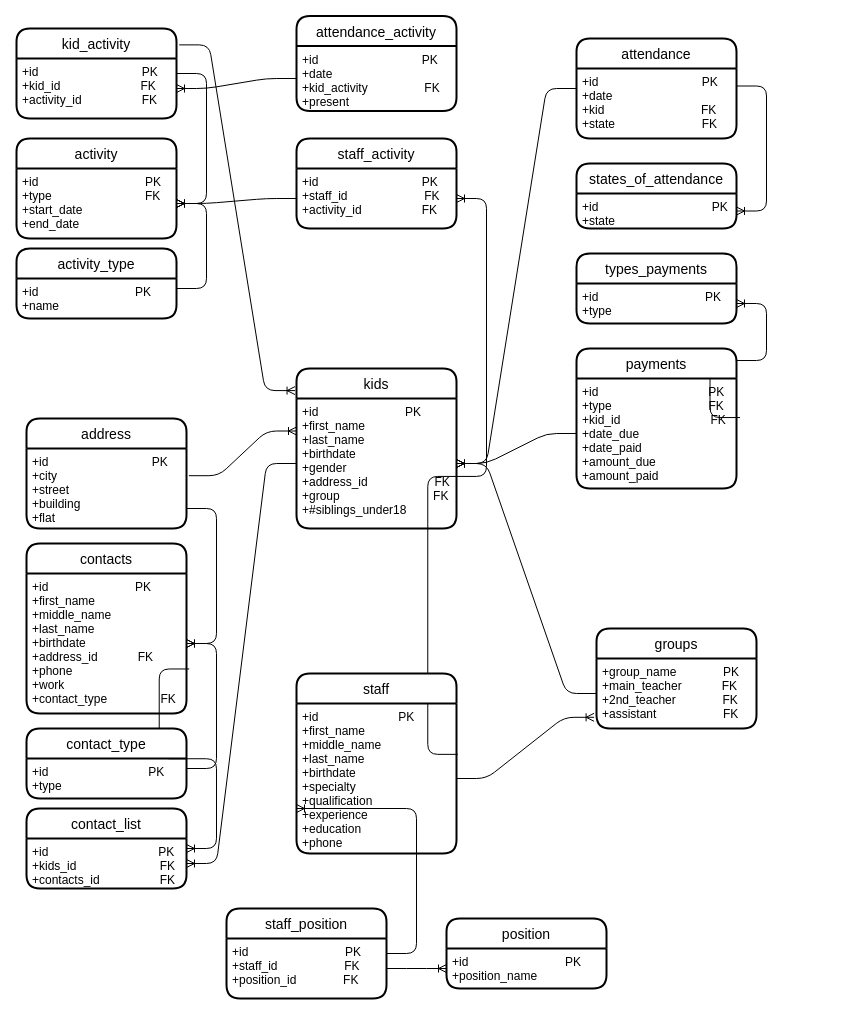
Above: Kindergarten.drawio in Emma664/World-population (draw.io), before the change. Source tidied: cells renumbered, new cells numbered last; positions are measured from the earlier drawing's top-left corner, leaving out a move shared by most shapes. Both pictures are drawn from the tidied source at 100%, with x=0, y=0 at pixel (16, 16).
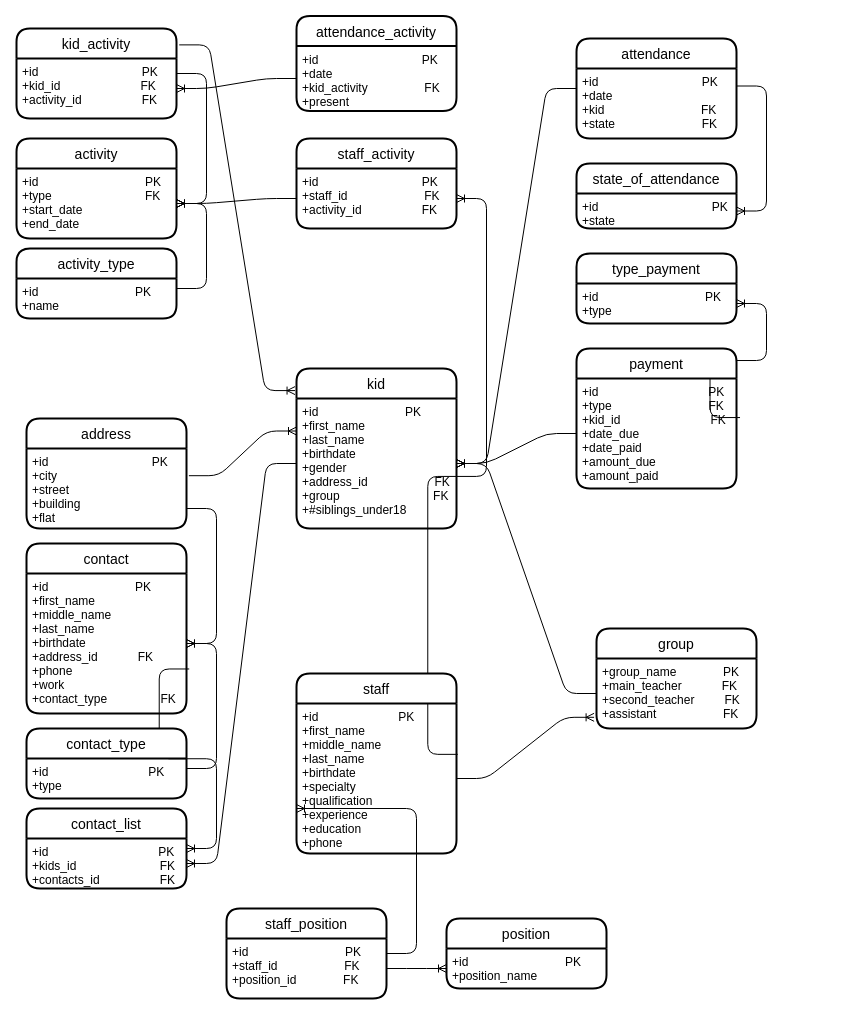
After the change.

Diff of the diagram source:
```diff
@@
-    <mxCell id="27" value="contacts" style="swimlane;horizontal=1;startSize=30;rounded=1;fontSize=14;fontStyle=0;strokeWidth=2;shadow=0;dashed=0;align=center;" parent="1" vertex="1">
+    <mxCell id="27" value="contact" style="swimlane;horizontal=1;startSize=30;rounded=1;fontSize=14;fontStyle=0;strokeWidth=2;shadow=0;dashed=0;align=center;" parent="1" vertex="1">
       <mxGeometry x="10" y="527" width="160" height="170" as="geometry" />
     </mxCell>
@@
-    <mxCell id="36" value="states_of_attendance" style="swimlane;horizontal=1;startSize=30;rounded=1;fontSize=14;fontStyle=0;strokeWidth=2;shadow=0;dashed=0;align=center;" parent="1" vertex="1">
+    <mxCell id="36" value="state_of_attendance" style="swimlane;horizontal=1;startSize=30;rounded=1;fontSize=14;fontStyle=0;strokeWidth=2;shadow=0;dashed=0;align=center;" parent="1" vertex="1">
       <mxGeometry x="560" y="147" width="160" height="65" as="geometry" />
     </mxCell>
@@
-    <mxCell id="38" value="types_payments" style="swimlane;horizontal=1;startSize=30;rounded=1;fontSize=14;fontStyle=0;strokeWidth=2;shadow=0;dashed=0;align=center;" parent="1" vertex="1">
+    <mxCell id="38" value="type_payment" style="swimlane;horizontal=1;startSize=30;rounded=1;fontSize=14;fontStyle=0;strokeWidth=2;shadow=0;dashed=0;align=center;" parent="1" vertex="1">
       <mxGeometry x="560" y="237" width="160" height="70" as="geometry" />
     </mxCell>
@@
-    <mxCell id="40" value="payments" style="swimlane;horizontal=1;startSize=30;rounded=1;fontSize=14;fontStyle=0;strokeWidth=2;shadow=0;dashed=0;align=center;" parent="1" vertex="1">
+    <mxCell id="40" value="payment" style="swimlane;horizontal=1;startSize=30;rounded=1;fontSize=14;fontStyle=0;strokeWidth=2;shadow=0;dashed=0;align=center;" parent="1" vertex="1">
       <mxGeometry x="560" y="332" width="160" height="140" as="geometry" />
     </mxCell>
@@
-    <mxCell id="47" value="groups" style="swimlane;horizontal=1;startSize=30;rounded=1;fontSize=14;fontStyle=0;strokeWidth=2;shadow=0;dashed=0;align=center;" parent="1" vertex="1">
+    <mxCell id="47" value="group" style="swimlane;horizontal=1;startSize=30;rounded=1;fontSize=14;fontStyle=0;strokeWidth=2;shadow=0;dashed=0;align=center;" parent="1" vertex="1">
       <mxGeometry x="580" y="612" width="160" height="100" as="geometry" />
     </mxCell>
-    <mxCell id="48" value="+group_name              PK                               &#10;+main_teacher            FK&#10;+2nd_teacher              FK&#10;+assistant                    FK" style="align=left;strokeColor=none;fillColor=none;spacingLeft=4;fontSize=12;verticalAlign=top;" parent="47" vertex="1">
+    <mxCell id="48" value="+group_name              PK                               &#10;+main_teacher            FK&#10;+second_teacher         FK&#10;+assistant                    FK" style="align=left;strokeColor=none;fillColor=none;spacingLeft=4;fontSize=12;verticalAlign=top;" parent="47" vertex="1">
       <mxGeometry y="30" width="160" height="70" as="geometry" />
     </mxCell>
@@
-    <mxCell id="53" value="kids" style="swimlane;horizontal=1;startSize=30;rounded=1;fontSize=14;fontStyle=0;strokeWidth=2;shadow=0;dashed=0;align=center;" parent="1" vertex="1">
+    <mxCell id="53" value="kid" style="swimlane;horizontal=1;startSize=30;rounded=1;fontSize=14;fontStyle=0;strokeWidth=2;shadow=0;dashed=0;align=center;" parent="1" vertex="1">
       <mxGeometry x="280" y="352" width="160" height="160" as="geometry" />
     </mxCell>
```
